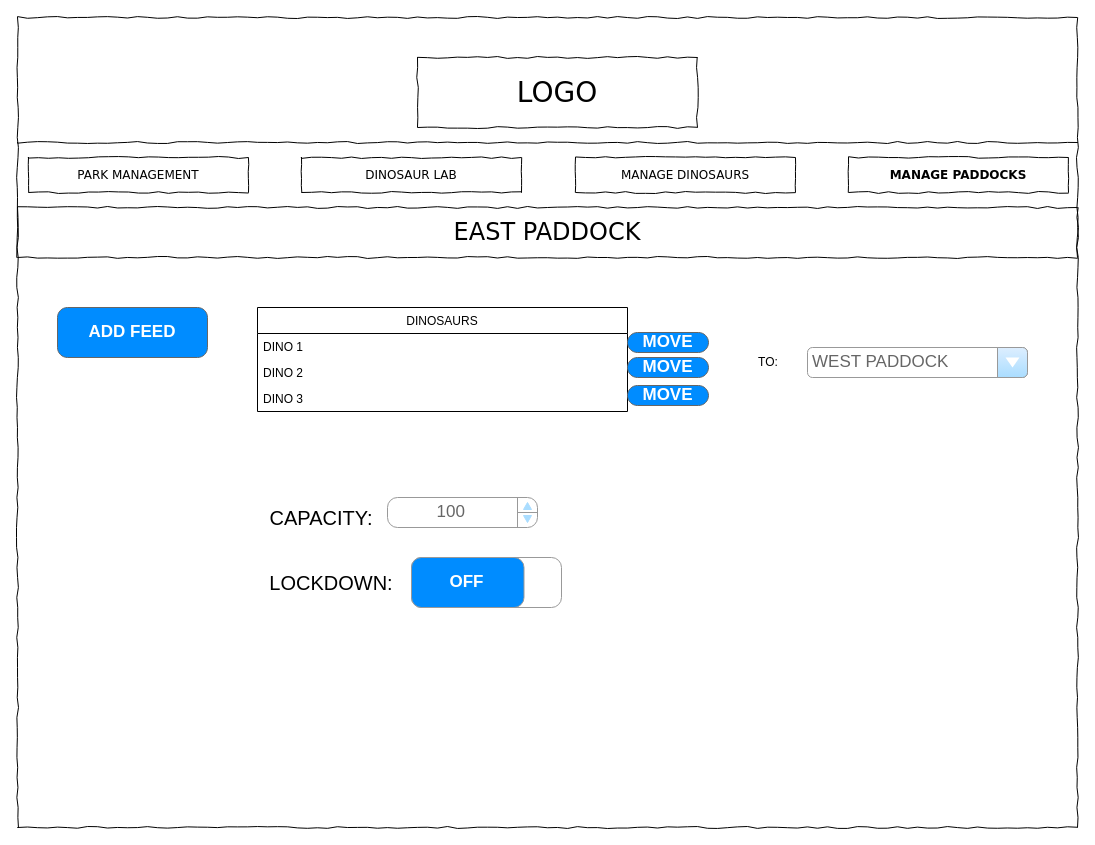
This is page "PADDOCK DETAILS" (5 of 5) of documents/jurassic_park_wireframe.drawio from joshua-gibson/jurassic_park_project, a draw.io file, before an edit. Source tidied: cells renumbered, new cells numbered last; positions are measured from the earlier drawing's top-left corner, leaving out a move shared by most shapes. Both pictures are drawn from the tidied source at 100%, with x=0, y=0 at pixel (17, 17).
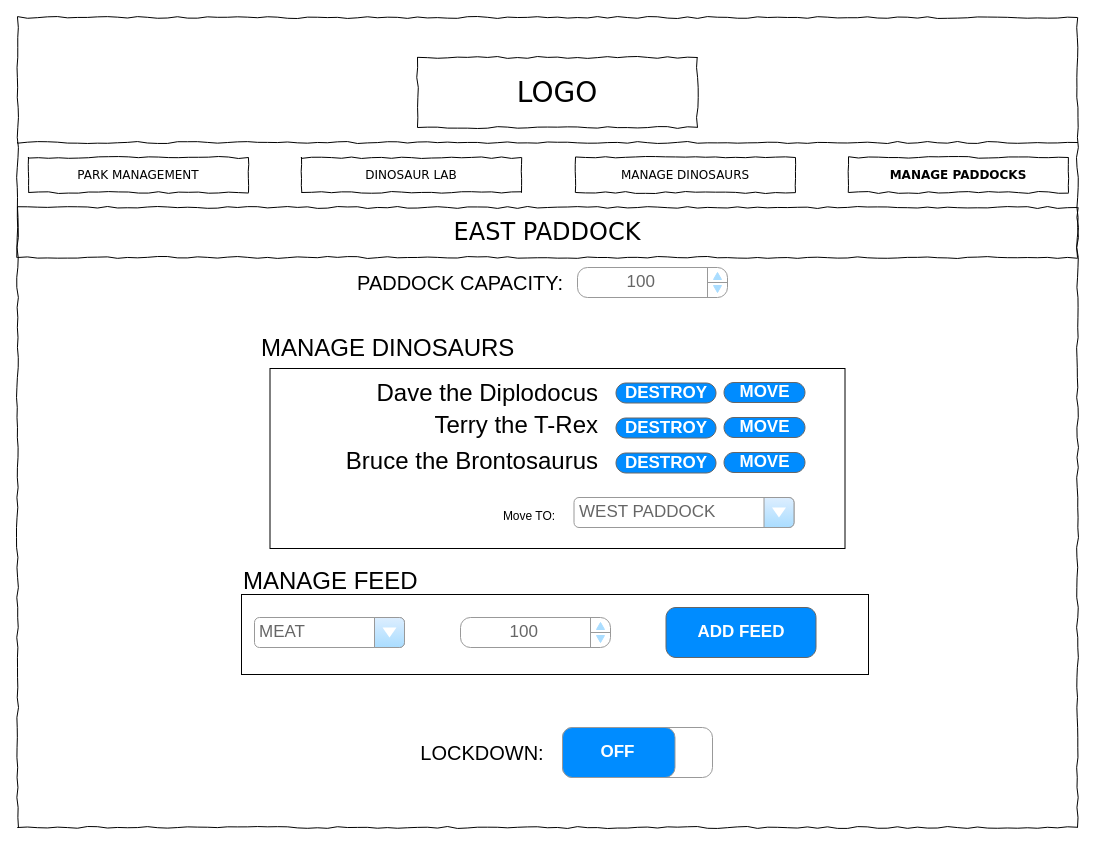
After the change.

Diff of the diagram source:
```diff
@@
+    <mxCell id="24" style="rounded=0;whiteSpace=wrap;html=1;fontSize=24;align=right;fillColor=none;" parent="1" vertex="1">
+      <mxGeometry x="252.5" y="351" width="575" height="180" as="geometry" />
+    </mxCell>
@@
     <mxCell id="10" value="ADD FEED" style="strokeWidth=1;shadow=0;dashed=0;align=center;html=1;shape=mxgraph.mockup.buttons.button;strokeColor=#666666;fontColor=#ffffff;mainText=;buttonStyle=round;fontSize=17;fontStyle=1;fillColor=#008cff;whiteSpace=wrap;" parent="1" vertex="1">
-      <mxGeometry x="40" y="290" width="150" height="50" as="geometry" />
+      <mxGeometry x="648.5" y="590" width="150" height="50" as="geometry" />
     </mxCell>
-    <mxCell id="11" value="DINOSAURS" style="swimlane;fontStyle=0;horizontal=1;startSize=26;fillColor=none;" parent="1" vertex="1">
-      <mxGeometry x="240" y="290" width="370" height="104" as="geometry" />
-    </mxCell>
-    <mxCell id="12" value="DINO 1" style="text;strokeColor=none;fillColor=none;align=left;verticalAlign=top;spacingLeft=4;spacingRight=4;overflow=hidden;" parent="11" vertex="1">
-      <mxGeometry y="26" width="370" height="26" as="geometry" />
-    </mxCell>
-    <mxCell id="13" value="DINO 2" style="text;strokeColor=none;fillColor=none;align=left;verticalAlign=top;spacingLeft=4;spacingRight=4;overflow=hidden;" parent="11" vertex="1">
-      <mxGeometry y="52" width="370" height="26" as="geometry" />
-    </mxCell>
-    <mxCell id="14" value="DINO 3" style="text;strokeColor=none;fillColor=none;align=left;verticalAlign=top;spacingLeft=4;spacingRight=4;overflow=hidden;" parent="11" vertex="1">
-      <mxGeometry y="78" width="370" height="26" as="geometry" />
-    </mxCell>
     <mxCell id="15" value="MOVE" style="strokeWidth=1;shadow=0;dashed=0;align=center;html=1;shape=mxgraph.mockup.buttons.button;strokeColor=#666666;fontColor=#ffffff;mainText=;buttonStyle=round;fontSize=17;fontStyle=1;fillColor=#008cff;whiteSpace=wrap;" parent="1" vertex="1">
-      <mxGeometry x="610" y="315" width="81" height="20" as="geometry" />
+      <mxGeometry x="706.5" y="365" width="81" height="20" as="geometry" />
     </mxCell>
     <mxCell id="16" value="MOVE" style="strokeWidth=1;shadow=0;dashed=0;align=center;html=1;shape=mxgraph.mockup.buttons.button;strokeColor=#666666;fontColor=#ffffff;mainText=;buttonStyle=round;fontSize=17;fontStyle=1;fillColor=#008cff;whiteSpace=wrap;" parent="1" vertex="1">
-      <mxGeometry x="610" y="340" width="81" height="20" as="geometry" />
+      <mxGeometry x="706.5" y="400" width="81" height="20" as="geometry" />
     </mxCell>
     <mxCell id="17" value="MOVE" style="strokeWidth=1;shadow=0;dashed=0;align=center;html=1;shape=mxgraph.mockup.buttons.button;strokeColor=#666666;fontColor=#ffffff;mainText=;buttonStyle=round;fontSize=17;fontStyle=1;fillColor=#008cff;whiteSpace=wrap;" parent="1" vertex="1">
-      <mxGeometry x="610" y="368" width="81" height="20" as="geometry" />
+      <mxGeometry x="706.5" y="435" width="81" height="20" as="geometry" />
     </mxCell>
     <mxCell id="18" value="WEST PADDOCK" style="strokeWidth=1;shadow=0;dashed=0;align=center;html=1;shape=mxgraph.mockup.forms.comboBox;strokeColor=#999999;fillColor=#ddeeff;align=left;fillColor2=#aaddff;mainText=;fontColor=#666666;fontSize=17;spacingLeft=3;" parent="1" vertex="1">
-      <mxGeometry x="790" y="330" width="220" height="30" as="geometry" />
+      <mxGeometry x="556.5" y="480" width="220" height="30" as="geometry" />
     </mxCell>
-    <mxCell id="19" value="TO:" style="text;html=1;strokeColor=none;fillColor=none;align=center;verticalAlign=middle;whiteSpace=wrap;rounded=0;" parent="1" vertex="1">
-      <mxGeometry x="730.5" y="335" width="40" height="20" as="geometry" />
+    <mxCell id="19" value="Move TO:" style="text;html=1;strokeColor=none;fillColor=none;align=center;verticalAlign=middle;whiteSpace=wrap;rounded=0;" parent="1" vertex="1">
+      <mxGeometry x="466.5" y="488.5" width="90" height="20" as="geometry" />
     </mxCell>
     <mxCell id="20" value="&lt;table cellpadding=&quot;0&quot; cellspacing=&quot;0&quot; style=&quot;width:100%;height:100%;&quot;&gt;&lt;tr&gt;&lt;td style=&quot;width:85%&quot;&gt;100&lt;/td&gt;&lt;td style=&quot;width:15%&quot;&gt;&lt;/td&gt;&lt;/tr&gt;&lt;/table&gt;" style="strokeWidth=1;shadow=0;dashed=0;align=center;html=1;shape=mxgraph.mockup.forms.spinner;strokeColor=#999999;spinLayout=right;spinStyle=normal;adjStyle=triangle;fillColor=#aaddff;fontSize=17;fontColor=#666666;mainText=;html=1;overflow=fill;" parent="1" vertex="1">
-      <mxGeometry x="370" y="480" width="150" height="30" as="geometry" />
+      <mxGeometry x="560" y="250" width="150" height="30" as="geometry" />
     </mxCell>
-    <mxCell id="21" value="CAPACITY:" style="text;html=1;strokeColor=none;fillColor=none;align=center;verticalAlign=middle;whiteSpace=wrap;rounded=0;fontSize=20;" parent="1" vertex="1">
-      <mxGeometry x="284" y="490" width="40" height="20" as="geometry" />
+    <mxCell id="21" value="PADDOCK CAPACITY:" style="text;html=1;strokeColor=none;fillColor=none;align=right;verticalAlign=middle;whiteSpace=wrap;rounded=0;fontSize=20;" parent="1" vertex="1">
+      <mxGeometry x="294" y="255" width="254" height="20" as="geometry" />
     </mxCell>
     <mxCell id="22" value="OFF" style="strokeWidth=1;shadow=0;dashed=0;align=center;html=1;shape=mxgraph.mockup.buttons.onOffButton;fillColor=#ffffff;gradientColor=none;strokeColor=#999999;buttonState=on;fillColor2=#008cff;fontColor=#ffffff;fontSize=17;mainText=;spacingRight=40;fontStyle=1;" parent="1" vertex="1">
-      <mxGeometry x="394" y="540" width="150" height="50" as="geometry" />
+      <mxGeometry x="545" y="710" width="150" height="50" as="geometry" />
     </mxCell>
     <mxCell id="23" value="LOCKDOWN:" style="text;html=1;strokeColor=none;fillColor=none;align=center;verticalAlign=middle;whiteSpace=wrap;rounded=0;fontSize=20;" parent="1" vertex="1">
-      <mxGeometry x="294" y="555" width="40" height="20" as="geometry" />
+      <mxGeometry x="445" y="725" width="40" height="20" as="geometry" />
     </mxCell>
+    <mxCell id="25" value="Dave the Diplodocus" style="text;html=1;align=right;verticalAlign=top;spacingTop=-4;fontSize=24;" parent="1" vertex="1">
+      <mxGeometry x="452" y="358.5" width="130" height="20" as="geometry" />
+    </mxCell>
+    <mxCell id="26" value="Terry the T-Rex" style="text;html=1;align=right;verticalAlign=top;spacingTop=-4;fontSize=24;" parent="1" vertex="1">
+      <mxGeometry x="402" y="390.5" width="180" height="30" as="geometry" />
+    </mxCell>
+    <mxCell id="27" value="Bruce the Brontosaurus" style="text;html=1;align=right;verticalAlign=top;spacingTop=-4;fontSize=24;" parent="1" vertex="1">
+      <mxGeometry x="312" y="426.5" width="270" height="30" as="geometry" />
+    </mxCell>
+    <mxCell id="28" value="DESTROY" style="strokeWidth=1;shadow=0;dashed=0;align=center;html=1;shape=mxgraph.mockup.buttons.button;strokeColor=#666666;fontColor=#ffffff;mainText=;buttonStyle=round;fontSize=17;fontStyle=1;fillColor=#008cff;whiteSpace=wrap;" parent="1" vertex="1">
+      <mxGeometry x="598.5" y="365.5" width="100" height="20" as="geometry" />
+    </mxCell>
+    <mxCell id="29" value="DESTROY" style="strokeWidth=1;shadow=0;dashed=0;align=center;html=1;shape=mxgraph.mockup.buttons.button;strokeColor=#666666;fontColor=#ffffff;mainText=;buttonStyle=round;fontSize=17;fontStyle=1;fillColor=#008cff;whiteSpace=wrap;" parent="1" vertex="1">
+      <mxGeometry x="598.5" y="400.5" width="100" height="20" as="geometry" />
+    </mxCell>
+    <mxCell id="30" value="DESTROY" style="strokeWidth=1;shadow=0;dashed=0;align=center;html=1;shape=mxgraph.mockup.buttons.button;strokeColor=#666666;fontColor=#ffffff;mainText=;buttonStyle=round;fontSize=17;fontStyle=1;fillColor=#008cff;whiteSpace=wrap;" parent="1" vertex="1">
+      <mxGeometry x="598.5" y="435.5" width="100" height="20" as="geometry" />
+    </mxCell>
+    <mxCell id="31" value="MEAT" style="strokeWidth=1;shadow=0;dashed=0;align=center;html=1;shape=mxgraph.mockup.forms.comboBox;strokeColor=#999999;fillColor=#ddeeff;align=left;fillColor2=#aaddff;mainText=;fontColor=#666666;fontSize=17;spacingLeft=3;" parent="1" vertex="1">
+      <mxGeometry x="237" y="600" width="150" height="30" as="geometry" />
+    </mxCell>
+    <mxCell id="32" value="&lt;table cellpadding=&quot;0&quot; cellspacing=&quot;0&quot; style=&quot;width:100%;height:100%;&quot;&gt;&lt;tr&gt;&lt;td style=&quot;width:85%&quot;&gt;100&lt;/td&gt;&lt;td style=&quot;width:15%&quot;&gt;&lt;/td&gt;&lt;/tr&gt;&lt;/table&gt;" style="strokeWidth=1;shadow=0;dashed=0;align=center;html=1;shape=mxgraph.mockup.forms.spinner;strokeColor=#999999;spinLayout=right;spinStyle=normal;adjStyle=triangle;fillColor=#aaddff;fontSize=17;fontColor=#666666;mainText=;html=1;overflow=fill;" parent="1" vertex="1">
+      <mxGeometry x="443" y="600" width="150" height="30" as="geometry" />
+    </mxCell>
+    <mxCell id="33" style="rounded=0;whiteSpace=wrap;html=1;fontSize=24;align=right;fillColor=none;" parent="1" vertex="1">
+      <mxGeometry x="224" y="577" width="627" height="80" as="geometry" />
+    </mxCell>
+    <mxCell id="34" value="MANAGE DINOSAURS" style="text;html=1;align=left;verticalAlign=top;spacingTop=-4;fontSize=24;" parent="1" vertex="1">
+      <mxGeometry x="242" y="314" width="270" height="30" as="geometry" />
+    </mxCell>
+    <mxCell id="35" value="MANAGE FEED" style="text;html=1;align=left;verticalAlign=top;spacingTop=-4;fontSize=24;" parent="1" vertex="1">
+      <mxGeometry x="224" y="547" width="190" height="30" as="geometry" />
+    </mxCell>
```
